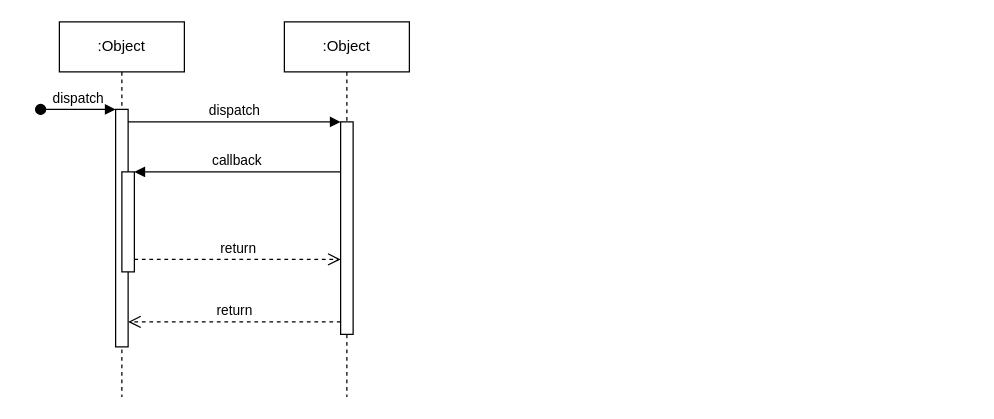
Above: sequnce.drawio in chitomo/List-of-Favorite-Food (draw.io), before the change. Source tidied: cells renumbered, new cells numbered last; positions are measured from the earlier drawing's top-left corner, leaving out a move shared by most shapes. Both pictures are drawn from the tidied source at 125%, with x=0, y=0 at pixel (40, 21).
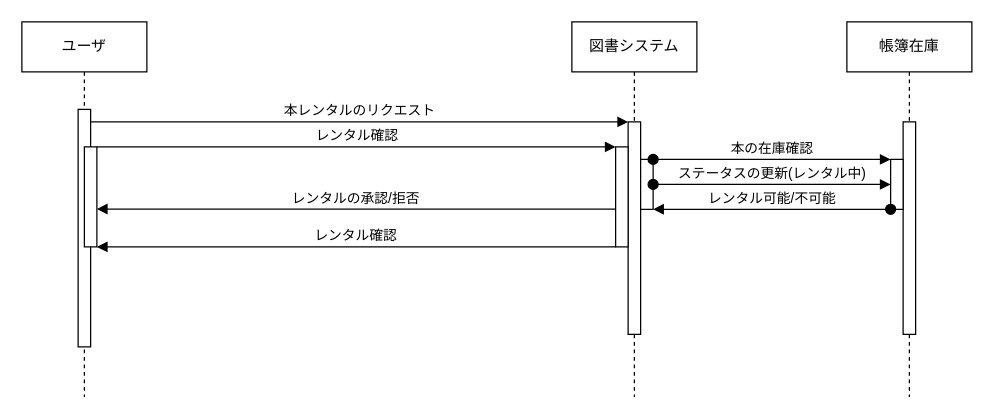
After the change.

Commit message:
sequnce.drawio を更新します

The change refers to these unchanged cells:
```xml
<mxCell id="3" style="html=1;points=[];perimeter=orthogonalPerimeter;outlineConnect=0;targetShapes=umlLifeline;portConstraint=eastwest;newEdgeStyle={&quot;edgeStyle&quot;:&quot;elbowEdgeStyle&quot;,&quot;elbow&quot;:&quot;vertical&quot;,&quot;curved&quot;:0,&quot;rounded&quot;:0};" parent="2" vertex="1">
  <mxGeometry x="45" y="70" width="10" height="190" as="geometry" />
</mxCell>
<mxCell id="7" style="html=1;points=[];perimeter=orthogonalPerimeter;outlineConnect=0;targetShapes=umlLifeline;portConstraint=eastwest;newEdgeStyle={&quot;edgeStyle&quot;:&quot;elbowEdgeStyle&quot;,&quot;elbow&quot;:&quot;vertical&quot;,&quot;curved&quot;:0,&quot;rounded&quot;:0};" parent="6" vertex="1">
  <mxGeometry x="45" y="80" width="10" height="170" as="geometry" />
</mxCell>
```

The edit, as a diff of the source:
```diff
@@
-    <mxCell id="2" value=":Object" style="shape=umlLifeline;perimeter=lifelinePerimeter;whiteSpace=wrap;html=1;newEdgeStyle={&quot;edgeStyle&quot;:&quot;elbowEdgeStyle&quot;,&quot;elbow&quot;:&quot;vertical&quot;,&quot;curved&quot;:0,&quot;rounded&quot;:0};" parent="1" vertex="1">
-      <mxGeometry x="15" width="100" height="300" as="geometry" />
+    <mxCell id="2" value="ユーザ" style="shape=umlLifeline;perimeter=lifelinePerimeter;whiteSpace=wrap;html=1;newEdgeStyle={&quot;edgeStyle&quot;:&quot;elbowEdgeStyle&quot;,&quot;elbow&quot;:&quot;vertical&quot;,&quot;curved&quot;:0,&quot;rounded&quot;:0};" parent="1" vertex="1">
+      <mxGeometry x="-15" width="100" height="300" as="geometry" />
     </mxCell>
@@
-    <mxCell id="4" value="dispatch" style="html=1;verticalAlign=bottom;startArrow=oval;endArrow=block;startSize=8;edgeStyle=elbowEdgeStyle;elbow=vertical;curved=0;rounded=0;" parent="2" edge="1" target="3">
-      <mxGeometry relative="1" as="geometry">
-        <mxPoint x="-15" y="70" as="sourcePoint" />
-      </mxGeometry>
-    </mxCell>
     <mxCell id="5" style="html=1;points=[];perimeter=orthogonalPerimeter;outlineConnect=0;targetShapes=umlLifeline;portConstraint=eastwest;newEdgeStyle={&quot;edgeStyle&quot;:&quot;elbowEdgeStyle&quot;,&quot;elbow&quot;:&quot;vertical&quot;,&quot;curved&quot;:0,&quot;rounded&quot;:0};" parent="2" vertex="1">
-      <mxGeometry x="50" y="120" width="10" height="80" as="geometry" />
+      <mxGeometry x="50" y="100" width="10" height="80" as="geometry" />
     </mxCell>
-    <mxCell id="6" value=":Object" style="shape=umlLifeline;perimeter=lifelinePerimeter;whiteSpace=wrap;html=1;newEdgeStyle={&quot;edgeStyle&quot;:&quot;elbowEdgeStyle&quot;,&quot;elbow&quot;:&quot;vertical&quot;,&quot;curved&quot;:0,&quot;rounded&quot;:0};" parent="1" vertex="1">
-      <mxGeometry x="195" width="100" height="300" as="geometry" />
+    <mxCell id="6" value="図書システム" style="shape=umlLifeline;perimeter=lifelinePerimeter;whiteSpace=wrap;html=1;newEdgeStyle={&quot;edgeStyle&quot;:&quot;elbowEdgeStyle&quot;,&quot;elbow&quot;:&quot;vertical&quot;,&quot;curved&quot;:0,&quot;rounded&quot;:0};" parent="1" vertex="1">
+      <mxGeometry x="425" width="100" height="300" as="geometry" />
     </mxCell>
@@
-    <mxCell id="8" value="dispatch" style="html=1;verticalAlign=bottom;endArrow=block;edgeStyle=elbowEdgeStyle;elbow=vertical;curved=0;rounded=0;" parent="1" edge="1" source="3" target="7">
-      <mxGeometry relative="1" as="geometry">
-        <Array as="points">
-          <mxPoint x="155" y="80" />
-        </Array>
-      </mxGeometry>
-    </mxCell>
-    <mxCell id="9" value="return" style="html=1;verticalAlign=bottom;endArrow=open;dashed=1;endSize=8;edgeStyle=elbowEdgeStyle;elbow=vertical;curved=0;rounded=0;" parent="1" edge="1" source="7" target="3">
-      <mxGeometry relative="1" as="geometry">
-        <Array as="points">
-          <mxPoint x="165" y="240" />
-        </Array>
-      </mxGeometry>
-    </mxCell>
-    <mxCell id="10" value="callback" style="html=1;verticalAlign=bottom;endArrow=block;edgeStyle=elbowEdgeStyle;elbow=vertical;curved=0;rounded=0;" parent="1" edge="1" source="7" target="5">
-      <mxGeometry relative="1" as="geometry">
-        <Array as="points">
-          <mxPoint x="165" y="120" />
-        </Array>
-      </mxGeometry>
-    </mxCell>
-    <mxCell id="11" value="return" style="html=1;verticalAlign=bottom;endArrow=open;dashed=1;endSize=8;edgeStyle=elbowEdgeStyle;elbow=vertical;curved=0;rounded=0;" parent="1" edge="1" source="5" target="7">
-      <mxGeometry relative="1" as="geometry">
-        <Array as="points">
-          <mxPoint x="155" y="190" />
-        </Array>
-      </mxGeometry>
-    </mxCell>
+    <mxCell id="12" style="html=1;points=[];perimeter=orthogonalPerimeter;outlineConnect=0;targetShapes=umlLifeline;portConstraint=eastwest;newEdgeStyle={&quot;edgeStyle&quot;:&quot;elbowEdgeStyle&quot;,&quot;elbow&quot;:&quot;vertical&quot;,&quot;curved&quot;:0,&quot;rounded&quot;:0};" parent="6" vertex="1">
+      <mxGeometry x="35" y="100" width="10" height="80" as="geometry" />
+    </mxCell>
+    <mxCell id="13" style="html=1;points=[];perimeter=orthogonalPerimeter;outlineConnect=0;targetShapes=umlLifeline;portConstraint=eastwest;newEdgeStyle={&quot;edgeStyle&quot;:&quot;elbowEdgeStyle&quot;,&quot;elbow&quot;:&quot;vertical&quot;,&quot;curved&quot;:0,&quot;rounded&quot;:0};" parent="6" vertex="1">
+      <mxGeometry x="55" y="110" width="10" height="40" as="geometry" />
+    </mxCell>
+    <mxCell id="14" value="帳簿在庫" style="shape=umlLifeline;perimeter=lifelinePerimeter;whiteSpace=wrap;html=1;newEdgeStyle={&quot;edgeStyle&quot;:&quot;elbowEdgeStyle&quot;,&quot;elbow&quot;:&quot;vertical&quot;,&quot;curved&quot;:0,&quot;rounded&quot;:0};" parent="1" vertex="1">
+      <mxGeometry x="645" width="100" height="300" as="geometry" />
+    </mxCell>
+    <mxCell id="15" style="html=1;perimeter=orthogonalPerimeter;targetShapes=umlLifeline;newEdgeStyle={&quot;edgeStyle&quot;:&quot;elbowEdgeStyle&quot;,&quot;elbow&quot;:&quot;vertical&quot;,&quot;curved&quot;:0,&quot;rounded&quot;:0};" parent="14" vertex="1">
+      <mxGeometry x="45" y="80" width="10" height="170" as="geometry" />
+    </mxCell>
+    <mxCell id="16" style="html=1;points=[];perimeter=orthogonalPerimeter;outlineConnect=0;targetShapes=umlLifeline;portConstraint=eastwest;newEdgeStyle={&quot;edgeStyle&quot;:&quot;elbowEdgeStyle&quot;,&quot;elbow&quot;:&quot;vertical&quot;,&quot;curved&quot;:0,&quot;rounded&quot;:0};" parent="14" vertex="1">
+      <mxGeometry x="35" y="110" width="10" height="40" as="geometry" />
+    </mxCell>
+    <mxCell id="17" value="本レンタルのリクエスト" style="html=1;verticalAlign=bottom;endArrow=block;edgeStyle=elbowEdgeStyle;elbow=vertical;curved=0;rounded=0;" parent="1" edge="1" target="7">
+      <mxGeometry relative="1" as="geometry">
+        <mxPoint x="40" y="80" as="sourcePoint" />
+        <Array as="points">
+          <mxPoint x="155" y="80" />
+        </Array>
+      </mxGeometry>
+    </mxCell>
+    <mxCell id="18" value="レンタル確認" style="html=1;verticalAlign=bottom;endArrow=block;curved=0;rounded=0;" parent="1" edge="1" target="12">
+      <mxGeometry relative="1" as="geometry">
+        <mxPoint x="45" y="100" as="sourcePoint" />
+      </mxGeometry>
+    </mxCell>
+    <mxCell id="19" value="レンタルの承認/拒否" style="html=1;verticalAlign=bottom;endArrow=block;curved=0;rounded=0;" parent="1" edge="1">
+      <mxGeometry relative="1" as="geometry">
+        <mxPoint x="460" y="149.7" as="sourcePoint" />
+        <mxPoint x="45" y="149.7" as="targetPoint" />
+      </mxGeometry>
+    </mxCell>
+    <mxCell id="20" value="本の在庫確認" style="html=1;verticalAlign=bottom;startArrow=oval;startFill=1;endArrow=block;startSize=8;curved=0;rounded=0;" parent="1" edge="1">
+      <mxGeometry relative="1" as="geometry">
+        <mxPoint x="490" y="110" as="sourcePoint" />
+        <mxPoint x="680" y="110" as="targetPoint" />
+      </mxGeometry>
+    </mxCell>
+    <mxCell id="21" value="ステータスの更新(レンタル中)" style="html=1;verticalAlign=bottom;startArrow=oval;startFill=1;endArrow=block;startSize=8;curved=0;rounded=0;" parent="1" edge="1" source="13" target="16">
+      <mxGeometry relative="1" as="geometry" />
+    </mxCell>
+    <mxCell id="22" value="レンタル可能/不可能" style="html=1;verticalAlign=bottom;startArrow=oval;startFill=1;endArrow=block;startSize=8;curved=0;rounded=0;" parent="1" edge="1">
+      <mxGeometry relative="1" as="geometry">
+        <mxPoint x="680" y="149.9" as="sourcePoint" />
+        <mxPoint x="490" y="149.9" as="targetPoint" />
+        <Array as="points">
+          <mxPoint x="585" y="149.9" />
+        </Array>
+      </mxGeometry>
+    </mxCell>
+    <mxCell id="23" value="レンタル確認" style="html=1;verticalAlign=bottom;endArrow=block;curved=0;rounded=0;" parent="1" edge="1">
+      <mxGeometry relative="1" as="geometry">
+        <mxPoint x="460" y="180" as="sourcePoint" />
+        <mxPoint x="45" y="180" as="targetPoint" />
+      </mxGeometry>
+    </mxCell>
```
